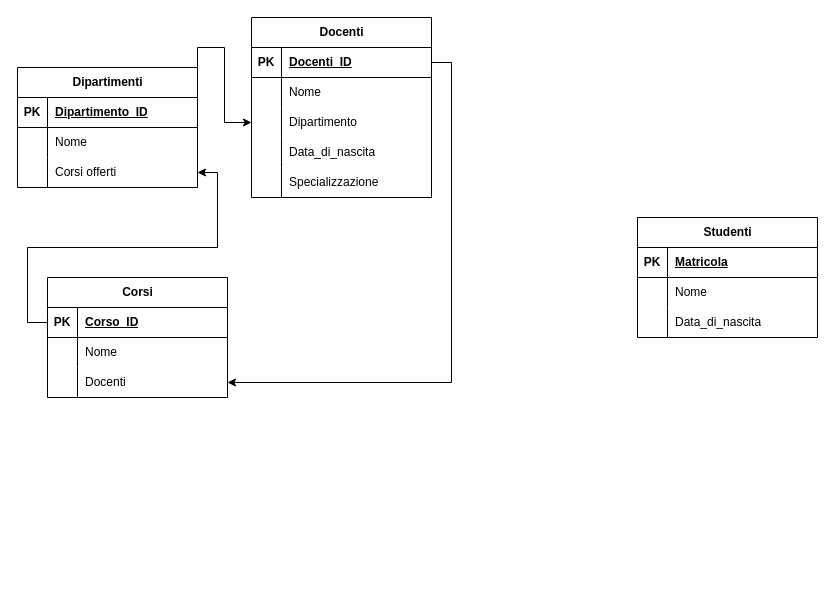
Before: Diagramma senza titolo.drawio in EnricoTurchetto/DB_SQL, a draw.io diagram. Source tidied: cells renumbered, new cells numbered last; positions are measured from the earlier drawing's top-left corner, leaving out a move shared by most shapes. Both pictures are drawn from the tidied source at 100%, with x=0, y=0 at pixel (17, 17).
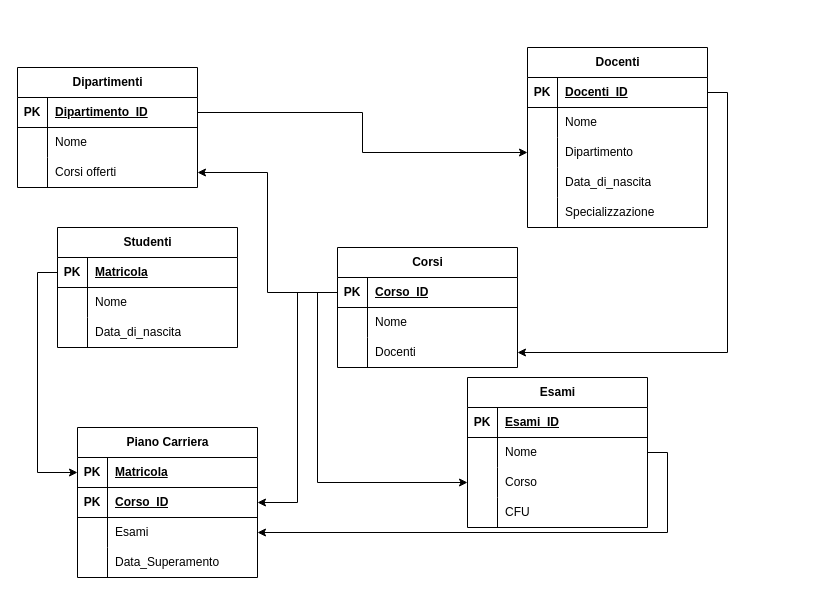
The same diagram, later.

The change refers to these unchanged cells:
```xml
<mxCell id="3" value="Dipartimenti" style="shape=table;startSize=30;childLayout=tableLayout;rowLines=0;fontStyle=1;align=center;html=1;" parent="1" vertex="1">
  <mxGeometry y="50" width="180" height="120" as="geometry" />
</mxCell>
<mxCell id="4" style="shape=tableRow;horizontal=0;startSize=0;swimlaneHead=0;swimlaneBody=0;fillColor=none;points=[[0,0.5],[1,0.5]];portConstraint=eastwest;top=0;left=0;right=0;bottom=1;" parent="3" vertex="1">
  <mxGeometry y="30" width="180" height="30" as="geometry" />
</mxCell>
<mxCell id="20" style="shape=tableRow;horizontal=0;startSize=0;swimlaneHead=0;swimlaneBody=0;fillColor=none;points=[[0,0.5],[1,0.5]];portConstraint=eastwest;top=0;left=0;right=0;bottom=0;" parent="13" vertex="1">
  <mxGeometry y="90" width="180" height="30" as="geometry" />
</mxCell>
<mxCell id="30" style="shape=tableRow;horizontal=0;startSize=0;swimlaneHead=0;swimlaneBody=0;fillColor=none;points=[[0,0.5],[1,0.5]];portConstraint=eastwest;top=0;left=0;right=0;bottom=1;" parent="29" vertex="1">
  <mxGeometry y="30" width="180" height="30" as="geometry" />
</mxCell>
<mxCell id="40" style="shape=tableRow;horizontal=0;startSize=0;swimlaneHead=0;swimlaneBody=0;fillColor=none;points=[[0,0.5],[1,0.5]];portConstraint=eastwest;top=0;left=0;right=0;bottom=1;" parent="39" vertex="1">
  <mxGeometry y="30" width="180" height="30" as="geometry" />
</mxCell>
```

Change to the diagram source:
```diff
@@
-    <mxCell id="2" style="edgeStyle=orthogonalEdgeStyle;rounded=0;jettySize=auto;html=1;exitX=1;exitY=0;exitDx=0;exitDy=0;" parent="1" edge="1" source="3" target="20">
-      <mxGeometry relative="1" as="geometry" />
-    </mxCell>
@@
     <mxCell id="13" value="Docenti" style="shape=table;startSize=30;childLayout=tableLayout;rowLines=0;fontStyle=1;align=center;html=1;" parent="1" vertex="1">
-      <mxGeometry x="234" width="180" height="180" as="geometry" />
+      <mxGeometry x="510" y="30" width="180" height="180" as="geometry" />
     </mxCell>
@@
     <mxCell id="29" value="Studenti" style="shape=table;startSize=30;childLayout=tableLayout;rowLines=0;fontStyle=1;align=center;html=1;" parent="1" vertex="1">
-      <mxGeometry x="620" y="200" width="180" height="120" as="geometry" />
+      <mxGeometry x="40" y="210" width="180" height="120" as="geometry" />
     </mxCell>
@@
     <mxCell id="39" value="Corsi" style="shape=table;startSize=30;childLayout=tableLayout;rowLines=0;fontStyle=1;align=center;html=1;" parent="1" vertex="1">
-      <mxGeometry x="30" y="260" width="180" height="120" as="geometry" />
+      <mxGeometry x="320" y="230" width="180" height="120" as="geometry" />
     </mxCell>
@@
+    <mxCell id="51" value="Esami" style="shape=table;startSize=30;childLayout=tableLayout;rowLines=0;fontStyle=1;align=center;html=1;" parent="1" vertex="1">
+      <mxGeometry x="450" y="360" width="180" height="150" as="geometry" />
+    </mxCell>
+    <mxCell id="52" style="shape=tableRow;horizontal=0;startSize=0;swimlaneHead=0;swimlaneBody=0;fillColor=none;top=0;left=0;right=0;bottom=1;" parent="51" vertex="1">
+      <mxGeometry y="30" width="180" height="30" as="geometry" />
+    </mxCell>
+    <mxCell id="53" value="PK" style="shape=partialRectangle;fillColor=none;top=0;left=0;bottom=0;right=0;fontStyle=1;overflow=hidden;whiteSpace=wrap;html=1;" parent="52" vertex="1">
+      <mxGeometry width="30" height="30" as="geometry" />
+    </mxCell>
+    <mxCell id="54" value="Esami_ID" style="shape=partialRectangle;fillColor=none;top=0;left=0;bottom=0;right=0;align=left;spacingLeft=6;fontStyle=5;overflow=hidden;whiteSpace=wrap;html=1;" parent="52" vertex="1">
+      <mxGeometry x="30" width="150" height="30" as="geometry" />
+    </mxCell>
+    <mxCell id="55" style="shape=tableRow;horizontal=0;startSize=0;swimlaneHead=0;swimlaneBody=0;fillColor=none;points=[[0,0.5],[1,0.5]];portConstraint=eastwest;top=0;left=0;right=0;bottom=0;" parent="51" vertex="1">
+      <mxGeometry y="60" width="180" height="30" as="geometry" />
+    </mxCell>
+    <mxCell id="56" style="shape=partialRectangle;fillColor=none;top=0;left=0;bottom=0;right=0;overflow=hidden;whiteSpace=wrap;html=1;" parent="55" vertex="1">
+      <mxGeometry width="30" height="30" as="geometry" />
+    </mxCell>
+    <mxCell id="57" value="Nome" style="shape=partialRectangle;fillColor=none;top=0;left=0;bottom=0;right=0;align=left;spacingLeft=6;overflow=hidden;whiteSpace=wrap;html=1;" parent="55" vertex="1">
+      <mxGeometry x="30" width="150" height="30" as="geometry" />
+    </mxCell>
+    <mxCell id="58" style="shape=tableRow;horizontal=0;startSize=0;swimlaneHead=0;swimlaneBody=0;fillColor=none;points=[[0,0.5],[1,0.5]];portConstraint=eastwest;top=0;left=0;right=0;bottom=0;" parent="51" vertex="1">
+      <mxGeometry y="90" width="180" height="30" as="geometry" />
+    </mxCell>
+    <mxCell id="59" style="shape=partialRectangle;fillColor=none;top=0;left=0;bottom=0;right=0;overflow=hidden;whiteSpace=wrap;html=1;" parent="58" vertex="1">
+      <mxGeometry width="30" height="30" as="geometry" />
+    </mxCell>
+    <mxCell id="60" value="Corso" style="shape=partialRectangle;fillColor=none;top=0;left=0;bottom=0;right=0;align=left;spacingLeft=6;overflow=hidden;whiteSpace=wrap;html=1;" parent="58" vertex="1">
+      <mxGeometry x="30" width="150" height="30" as="geometry" />
+    </mxCell>
+    <mxCell id="61" style="shape=tableRow;horizontal=0;startSize=0;swimlaneHead=0;swimlaneBody=0;fillColor=none;top=0;left=0;right=0;bottom=0;" parent="51" vertex="1">
+      <mxGeometry y="120" width="180" height="30" as="geometry" />
+    </mxCell>
+    <mxCell id="62" style="shape=partialRectangle;fillColor=none;top=0;left=0;bottom=0;right=0;overflow=hidden;whiteSpace=wrap;html=1;" parent="61" vertex="1">
+      <mxGeometry width="30" height="30" as="geometry" />
+    </mxCell>
+    <mxCell id="63" value="CFU" style="shape=partialRectangle;fillColor=none;top=0;left=0;bottom=0;right=0;align=left;spacingLeft=6;overflow=hidden;whiteSpace=wrap;html=1;" parent="61" vertex="1">
+      <mxGeometry x="30" width="150" height="30" as="geometry" />
+    </mxCell>
+    <mxCell id="64" style="edgeStyle=orthogonalEdgeStyle;rounded=0;jettySize=auto;html=1;exitX=0;exitY=0.5;exitDx=0;exitDy=0;" parent="1" edge="1" source="40" target="58">
+      <mxGeometry relative="1" as="geometry" />
+    </mxCell>
+    <mxCell id="65" value="Piano Carriera" style="shape=table;startSize=30;childLayout=tableLayout;rowLines=0;fontStyle=1;align=center;html=1;" parent="1" vertex="1">
+      <mxGeometry x="60" y="410" width="180" height="150" as="geometry" />
+    </mxCell>
+    <mxCell id="66" style="shape=tableRow;horizontal=0;startSize=0;swimlaneHead=0;swimlaneBody=0;fillColor=none;points=[[0,0.5],[1,0.5]];portConstraint=eastwest;top=0;left=0;right=0;bottom=1;" parent="65" vertex="1">
+      <mxGeometry y="30" width="180" height="30" as="geometry" />
+    </mxCell>
+    <mxCell id="67" value="PK" style="shape=partialRectangle;fillColor=none;top=0;left=0;bottom=0;right=0;fontStyle=1;overflow=hidden;whiteSpace=wrap;html=1;" parent="66" vertex="1">
+      <mxGeometry width="30" height="30" as="geometry" />
+    </mxCell>
+    <mxCell id="68" value="Matricola" style="shape=partialRectangle;fillColor=none;top=0;left=0;bottom=0;right=0;align=left;spacingLeft=6;fontStyle=5;overflow=hidden;whiteSpace=wrap;html=1;" parent="66" vertex="1">
+      <mxGeometry x="30" width="150" height="30" as="geometry" />
+    </mxCell>
+    <mxCell id="69" style="shape=tableRow;horizontal=0;startSize=0;swimlaneHead=0;swimlaneBody=0;fillColor=none;points=[[0,0.5],[1,0.5]];portConstraint=eastwest;top=0;left=0;right=0;bottom=1;" parent="65" vertex="1">
+      <mxGeometry y="60" width="180" height="30" as="geometry" />
+    </mxCell>
+    <mxCell id="70" value="PK" style="shape=partialRectangle;fillColor=none;top=0;left=0;bottom=0;right=0;fontStyle=1;overflow=hidden;whiteSpace=wrap;html=1;" parent="69" vertex="1">
+      <mxGeometry width="30" height="30" as="geometry" />
+    </mxCell>
+    <mxCell id="71" value="Corso_ID" style="shape=partialRectangle;fillColor=none;top=0;left=0;bottom=0;right=0;align=left;spacingLeft=6;fontStyle=5;overflow=hidden;whiteSpace=wrap;html=1;" parent="69" vertex="1">
+      <mxGeometry x="30" width="150" height="30" as="geometry" />
+    </mxCell>
+    <mxCell id="72" style="shape=tableRow;horizontal=0;startSize=0;swimlaneHead=0;swimlaneBody=0;fillColor=none;points=[[0,0.5],[1,0.5]];portConstraint=eastwest;top=0;left=0;right=0;bottom=0;" parent="65" vertex="1">
+      <mxGeometry y="90" width="180" height="30" as="geometry" />
+    </mxCell>
+    <mxCell id="73" style="shape=partialRectangle;fillColor=none;top=0;left=0;bottom=0;right=0;overflow=hidden;whiteSpace=wrap;html=1;" parent="72" vertex="1">
+      <mxGeometry width="30" height="30" as="geometry" />
+    </mxCell>
+    <mxCell id="74" value="Esami" style="shape=partialRectangle;fillColor=none;top=0;left=0;bottom=0;right=0;align=left;spacingLeft=6;overflow=hidden;whiteSpace=wrap;html=1;" parent="72" vertex="1">
+      <mxGeometry x="30" width="150" height="30" as="geometry" />
+    </mxCell>
+    <mxCell id="75" style="shape=tableRow;horizontal=0;startSize=0;swimlaneHead=0;swimlaneBody=0;fillColor=none;top=0;left=0;right=0;bottom=0;" parent="65" vertex="1">
+      <mxGeometry y="120" width="180" height="30" as="geometry" />
+    </mxCell>
+    <mxCell id="76" style="shape=partialRectangle;fillColor=none;top=0;left=0;bottom=0;right=0;overflow=hidden;whiteSpace=wrap;html=1;" parent="75" vertex="1">
+      <mxGeometry width="30" height="30" as="geometry" />
+    </mxCell>
+    <mxCell id="77" value="Data_Superamento" style="shape=partialRectangle;fillColor=none;top=0;left=0;bottom=0;right=0;align=left;spacingLeft=6;overflow=hidden;whiteSpace=wrap;html=1;" parent="75" vertex="1">
+      <mxGeometry x="30" width="150" height="30" as="geometry" />
+    </mxCell>
+    <mxCell id="78" style="edgeStyle=orthogonalEdgeStyle;rounded=0;jettySize=auto;html=1;exitX=1;exitY=0.5;exitDx=0;exitDy=0;" parent="1" edge="1" source="55" target="72">
+      <mxGeometry relative="1" as="geometry" />
+    </mxCell>
+    <mxCell id="79" style="edgeStyle=orthogonalEdgeStyle;rounded=0;jettySize=auto;html=1;exitX=0;exitY=0.5;exitDx=0;exitDy=0;" parent="1" edge="1" source="40" target="69">
+      <mxGeometry relative="1" as="geometry" />
+    </mxCell>
+    <mxCell id="80" style="edgeStyle=orthogonalEdgeStyle;rounded=0;jettySize=auto;html=1;exitX=0;exitY=0.5;exitDx=0;exitDy=0;" parent="1" edge="1" source="30" target="66">
+      <mxGeometry relative="1" as="geometry" />
+    </mxCell>
+    <mxCell id="81" style="edgeStyle=orthogonalEdgeStyle;rounded=0;jettySize=auto;html=1;exitX=1;exitY=0.5;exitDx=0;exitDy=0;" parent="1" edge="1" source="4" target="20">
+      <mxGeometry relative="1" as="geometry" />
+    </mxCell>
```
